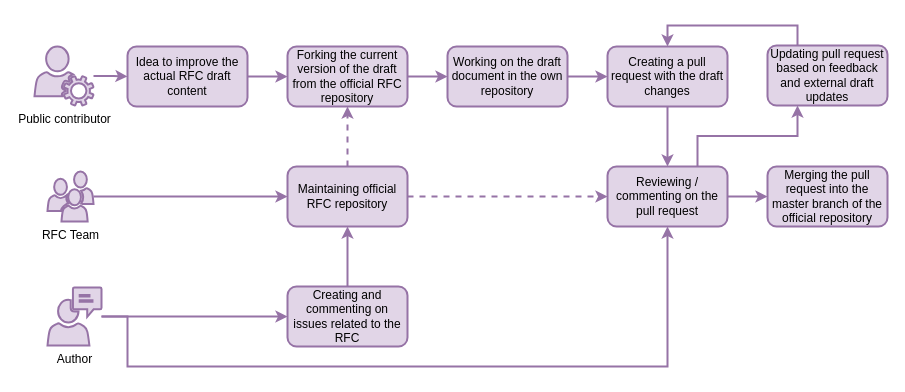
Above: files/releases/RFC-0003/images/phase_2.drawio in time-machine-project/requests-for-comments (draw.io), before the change. Source tidied: cells renumbered, new cells numbered last; positions are measured from the earlier drawing's top-left corner, leaving out a move shared by most shapes. Both pictures are drawn from the tidied source at 100%, with x=0, y=0 at pixel (34, 45).
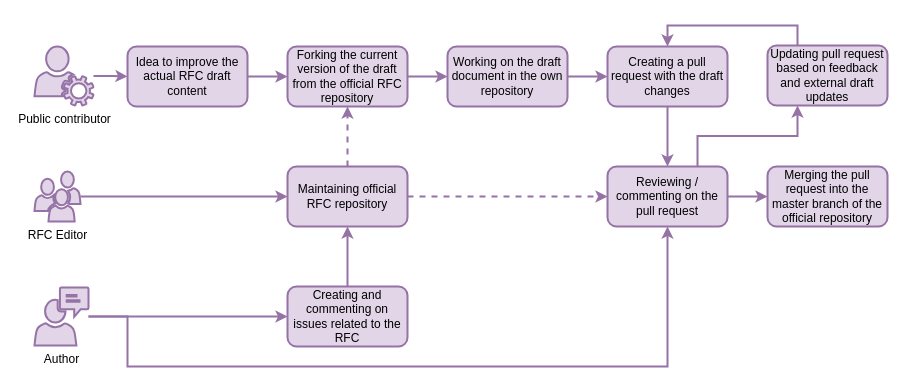
After the change.

What changed in the source:
```diff
@@
-    <mxCell id="12" value="RFC Team" style="shadow=0;dashed=0;html=1;strokeColor=#9673a6;fillColor=#e1d5e7;labelPosition=center;verticalLabelPosition=bottom;verticalAlign=top;outlineConnect=0;align=center;shape=mxgraph.office.users.users;strokeWidth=2;" parent="1" vertex="1">
-      <mxGeometry x="13" y="126" width="46" height="50" as="geometry" />
+    <mxCell id="12" value="RFC Editor" style="shadow=0;dashed=0;html=1;strokeColor=#9673a6;fillColor=#e1d5e7;labelPosition=center;verticalLabelPosition=bottom;verticalAlign=top;outlineConnect=0;align=center;shape=mxgraph.office.users.users;strokeWidth=2;" parent="1" vertex="1">
+      <mxGeometry y="126" width="46" height="50" as="geometry" />
     </mxCell>
@@
     <mxCell id="25" value="Author" style="shadow=0;dashed=0;html=1;strokeColor=#9673a6;fillColor=#e1d5e7;labelPosition=center;verticalLabelPosition=bottom;verticalAlign=top;outlineConnect=0;align=center;shape=mxgraph.office.users.communications;strokeWidth=2;" parent="1" vertex="1">
-      <mxGeometry x="13" y="242" width="54" height="58" as="geometry" />
+      <mxGeometry y="242" width="54" height="58" as="geometry" />
     </mxCell>
```
